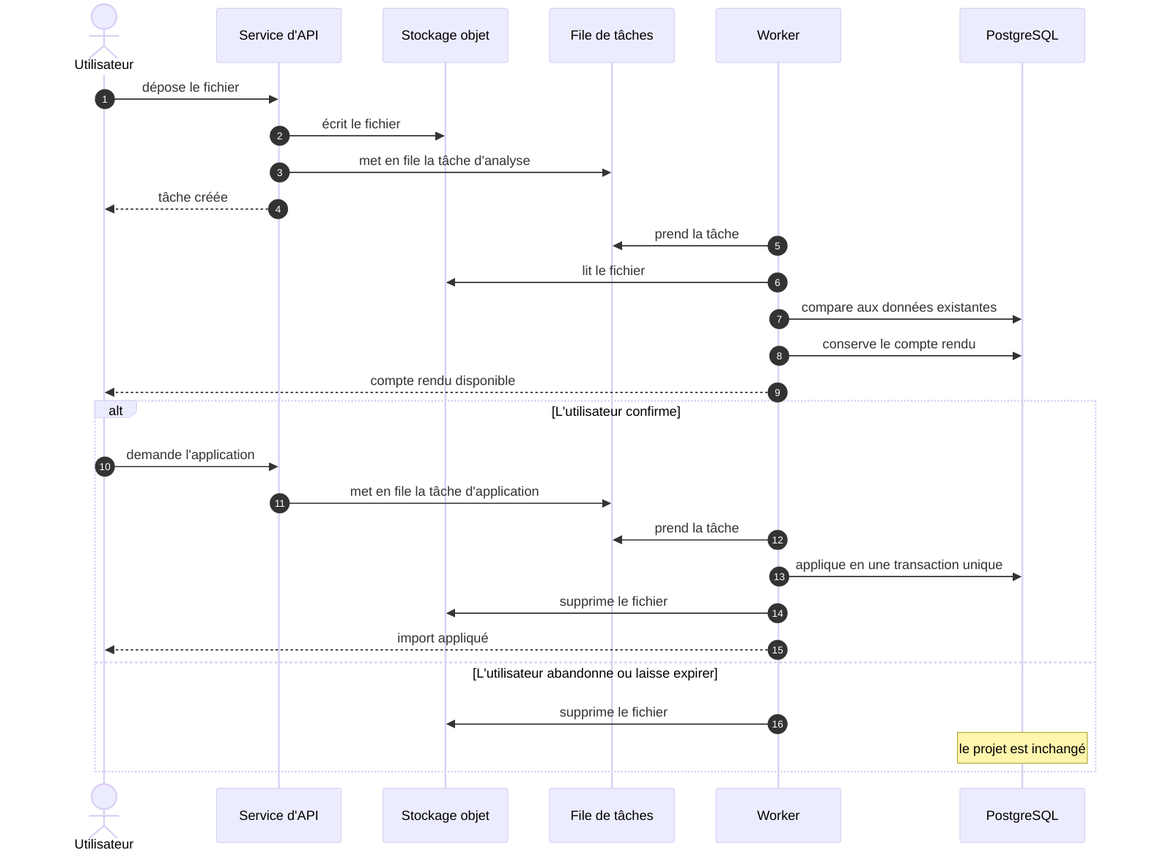
Before: docs/spec/figures/import-deux-temps.png, a diagram exported from Mermaid (waterfall-project/wf-project). Its source is kept beside it as docs/spec/figures/import-deux-temps.mmd. Source of this version:
```mermaid
sequenceDiagram
    autonumber
    actor U as Utilisateur
    participant A as Service d'API
    participant S as Stockage objet
    participant F as File de tâches
    participant W as Worker
    participant B as PostgreSQL

    U->>A: dépose le fichier
    A->>S: écrit le fichier
    A->>F: met en file la tâche d'analyse
    A-->>U: tâche créée
    W->>F: prend la tâche
    W->>S: lit le fichier
    W->>B: compare aux données existantes
    W->>B: conserve le compte rendu
    W-->>U: compte rendu disponible
    alt L'utilisateur confirme
        U->>A: demande l'application
        A->>F: met en file la tâche d'application
        W->>F: prend la tâche
        W->>B: applique en une transaction unique
        W->>S: supprime le fichier
        W-->>U: import appliqué
    else L'utilisateur abandonne ou laisse expirer
        W->>S: supprime le fichier
        Note over B: le projet est inchangé
    end
```
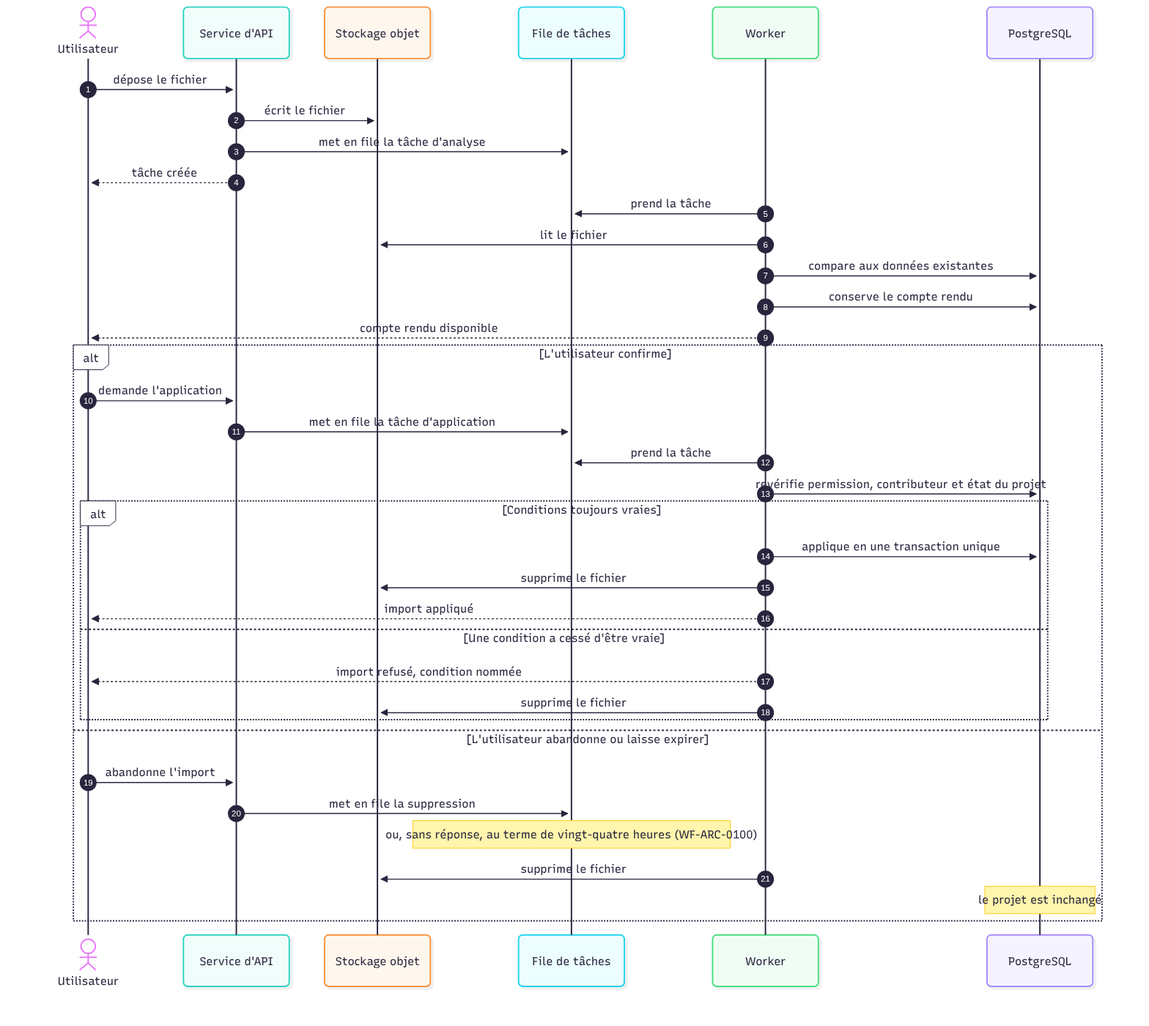
After the commit.

Commit message:
Spécification : les quatre figures des constats C-104, C-107, C-179 et C-180

The edit, as a diff of the source:
```diff
@@ -20,10 +20,19 @@
         U->>A: demande l'application
         A->>F: met en file la tâche d'application
         W->>F: prend la tâche
-        W->>B: applique en une transaction unique
-        W->>S: supprime le fichier
-        W-->>U: import appliqué
+        W->>B: revérifie permission, contributeur et état du projet
+        alt Conditions toujours vraies
+            W->>B: applique en une transaction unique
+            W->>S: supprime le fichier
+            W-->>U: import appliqué
+        else Une condition a cessé d'être vraie
+            W-->>U: import refusé, condition nommée
+            W->>S: supprime le fichier
+        end
     else L'utilisateur abandonne ou laisse expirer
+        U->>A: abandonne l'import
+        A->>F: met en file la suppression
+        Note over F: ou, sans réponse, au terme de vingt-quatre heures (WF-ARC-0100)
         W->>S: supprime le fichier
         Note over B: le projet est inchangé
     end
```
